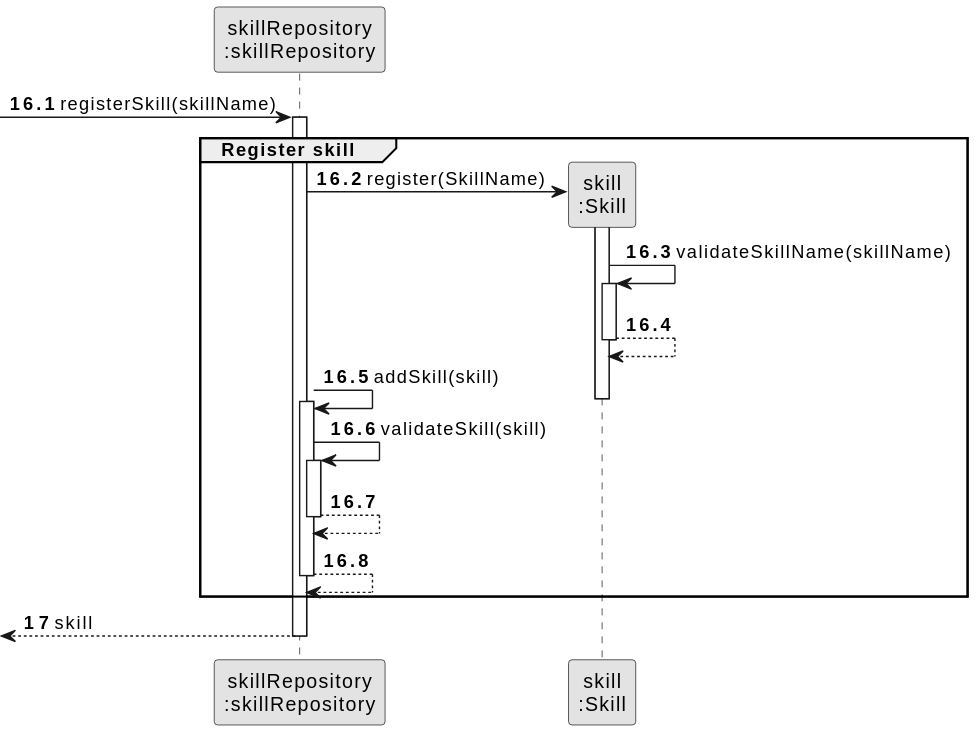
Above: docs/sprintB/us001/03.design/svg/us001-sequence-diagram-partial-register-skill.svg in SAEmanuel/Green_Spaces_Management_ISEP (PlantUML), before the change.
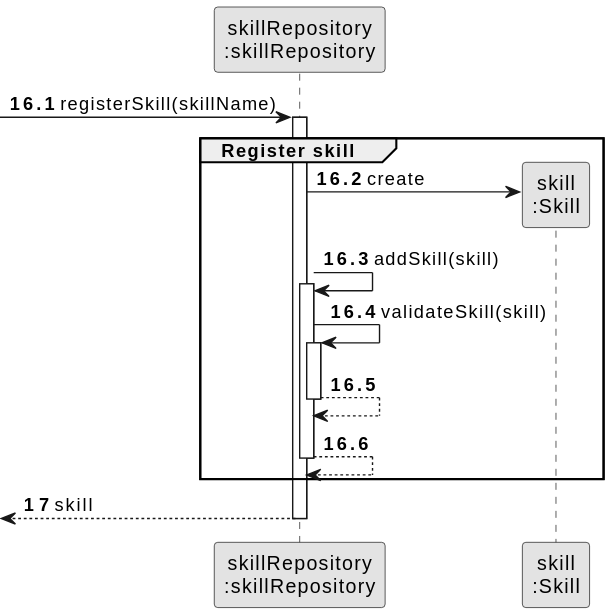
The same file after the commit.

Diff of the diagram source:
```diff
@@ -13,15 +13,9 @@
         -> ORG: registerSkill(skillName)
             activate ORG
             group Register skill
-        ORG -> EMPREGO** : register(SkillName)
+        ORG -> EMPREGO** : create
 
-        activate EMPREGO
-            EMPREGO -> EMPREGO : validateSkillName(skillName)
-            activate EMPREGO
 
-                EMPREGO --> EMPREGO
-
-            deactivate EMPREGO
 
             ORG -> ORG: addSkill(skill)
         deactivate EMPREGO
```
